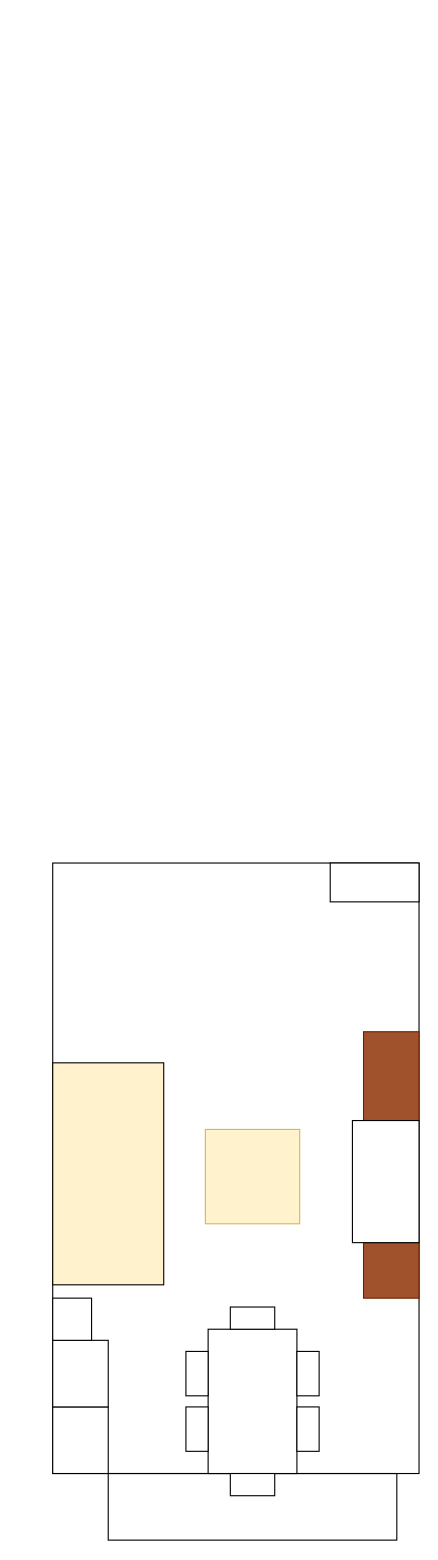
Earlier version of the draw.io diagram Diagrama sin título.drawio (rlop666/diagramas). Source tidied: cells renumbered, new cells numbered last; positions are measured from the earlier drawing's top-left corner, leaving out a move shared by most shapes. Both pictures are drawn from the tidied source at 111%, with x=0, y=0 at pixel (52, 862).
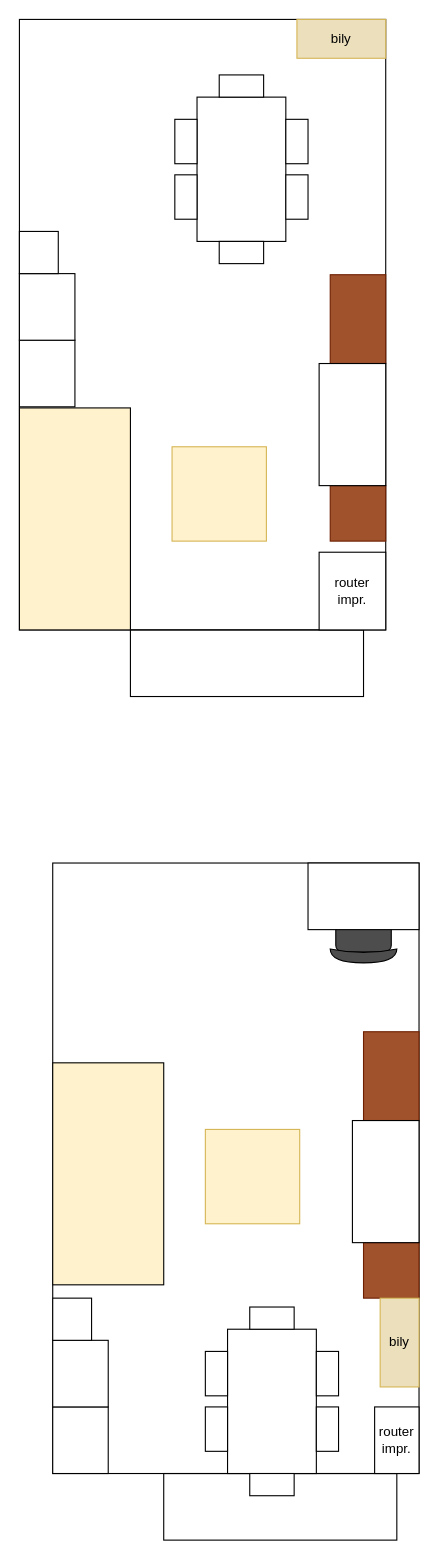
Above is the later version.

The change refers to these unchanged cells:
```xml
<mxCell id="2" style="group;" parent="1" vertex="1">
  <mxGeometry width="330" height="610" as="geometry" />
</mxCell>
```

Change to the diagram source:
```diff
@@
     <mxCell id="4" style="rounded=0;whiteSpace=wrap;html=1;fillColor=none;" parent="2" vertex="1">
-      <mxGeometry x="50" y="550" width="260" height="60" as="geometry" />
+      <mxGeometry x="100" y="550" width="210" height="60" as="geometry" />
     </mxCell>
@@
-    <mxCell id="8" style="rounded=0;whiteSpace=wrap;html=1;" parent="2" vertex="1">
-      <mxGeometry x="250" width="80" height="35" as="geometry" />
-    </mxCell>
     <mxCell id="9" style="group;" parent="2" vertex="1">
-      <mxGeometry x="120" y="400" width="120" height="170" as="geometry" />
+      <mxGeometry x="137.5" y="400" width="120" height="170" as="geometry" />
     </mxCell>
@@
+    <mxCell id="22" value="router impr." style="rounded=0;whiteSpace=wrap;html=1;" parent="2" vertex="1">
+      <mxGeometry x="290" y="490" width="40" height="60" as="geometry" />
+    </mxCell>
+    <mxCell id="8" value="bily" style="rounded=0;whiteSpace=wrap;html=1;direction=south;fillColor=#EBDFBC;strokeColor=#d6b656;" parent="2" vertex="1">
+      <mxGeometry x="295" y="392" width="35" height="80" as="geometry" />
+    </mxCell>
+    <mxCell id="23" style="group;" parent="2" vertex="1">
+      <mxGeometry x="250" y="40" width="60" height="50" as="geometry" />
+    </mxCell>
+    <mxCell id="24" style="rounded=1;whiteSpace=wrap;html=1;direction=south;fillColor=#4D4D4D;" parent="23" vertex="1">
+      <mxGeometry x="5" width="50" height="40" as="geometry" />
+    </mxCell>
+    <mxCell id="25" style="shape=xor;whiteSpace=wrap;html=1;direction=south;fillColor=#4D4D4D;" parent="23" vertex="1">
+      <mxGeometry y="37.5" width="60" height="12.5" as="geometry" />
+    </mxCell>
+    <mxCell id="26" style="rounded=0;whiteSpace=wrap;html=1;" parent="2" vertex="1">
+      <mxGeometry x="230" width="100" height="60" as="geometry" />
+    </mxCell>
+    <mxCell id="27" style="group;" parent="1" vertex="1">
+      <mxGeometry x="-30" y="-760" width="330" height="610" as="geometry" />
+    </mxCell>
+    <mxCell id="28" style="rounded=0;whiteSpace=wrap;html=1;fillColor=none;" parent="27" vertex="1">
+      <mxGeometry width="330" height="550" as="geometry" />
+    </mxCell>
+    <mxCell id="29" style="rounded=0;whiteSpace=wrap;html=1;fillColor=none;" parent="27" vertex="1">
+      <mxGeometry x="100" y="550" width="210" height="60" as="geometry" />
+    </mxCell>
+    <mxCell id="30" style="group;" parent="27" vertex="1">
+      <mxGeometry x="140" y="50" width="120" height="170" as="geometry" />
+    </mxCell>
+    <mxCell id="31" style="rounded=0;whiteSpace=wrap;html=1;direction=south;" parent="30" vertex="1">
+      <mxGeometry x="20" y="20" width="80" height="130" as="geometry" />
+    </mxCell>
+    <mxCell id="32" style="rounded=0;whiteSpace=wrap;html=1;" parent="30" vertex="1">
+      <mxGeometry x="40" width="40" height="20" as="geometry" />
+    </mxCell>
+    <mxCell id="33" style="rounded=0;whiteSpace=wrap;html=1;" parent="30" vertex="1">
+      <mxGeometry x="40" y="150" width="40" height="20" as="geometry" />
+    </mxCell>
+    <mxCell id="34" style="rounded=0;whiteSpace=wrap;html=1;direction=south;" parent="30" vertex="1">
+      <mxGeometry x="100" y="40" width="20" height="40" as="geometry" />
+    </mxCell>
+    <mxCell id="35" style="rounded=0;whiteSpace=wrap;html=1;direction=south;" parent="30" vertex="1">
+      <mxGeometry x="100" y="90" width="20" height="40" as="geometry" />
+    </mxCell>
+    <mxCell id="36" style="rounded=0;whiteSpace=wrap;html=1;direction=south;" parent="30" vertex="1">
+      <mxGeometry y="90" width="20" height="40" as="geometry" />
+    </mxCell>
+    <mxCell id="37" style="rounded=0;whiteSpace=wrap;html=1;direction=south;" parent="30" vertex="1">
+      <mxGeometry y="40" width="20" height="40" as="geometry" />
+    </mxCell>
+    <mxCell id="38" style="rounded=0;whiteSpace=wrap;html=1;fillColor=#FFF2CC;" parent="27" vertex="1">
+      <mxGeometry y="350" width="100" height="200" as="geometry" />
+    </mxCell>
+    <mxCell id="39" style="rounded=0;whiteSpace=wrap;html=1;fillColor=#fff2cc;strokeColor=#d6b656;" parent="27" vertex="1">
+      <mxGeometry x="137.5" y="385" width="85" height="85" as="geometry" />
+    </mxCell>
+    <mxCell id="40" style="rounded=0;whiteSpace=wrap;html=1;fillColor=#a0522d;fontColor=#ffffff;strokeColor=#6D1F00;" parent="27" vertex="1">
+      <mxGeometry x="280" y="420" width="50" height="50" as="geometry" />
+    </mxCell>
+    <mxCell id="41" style="rounded=0;whiteSpace=wrap;html=1;fillColor=#a0522d;fontColor=#ffffff;strokeColor=#6D1F00;" parent="27" vertex="1">
+      <mxGeometry x="280" y="230" width="50" height="80" as="geometry" />
+    </mxCell>
+    <mxCell id="42" style="rounded=0;whiteSpace=wrap;html=1;" parent="27" vertex="1">
+      <mxGeometry x="270" y="310" width="60" height="110" as="geometry" />
+    </mxCell>
+    <mxCell id="43" value="router impr." style="rounded=0;whiteSpace=wrap;html=1;" parent="27" vertex="1">
+      <mxGeometry x="270" y="480" width="60" height="70" as="geometry" />
+    </mxCell>
+    <mxCell id="44" value="bily" style="rounded=0;whiteSpace=wrap;html=1;direction=west;fillColor=#EBDFBC;strokeColor=#d6b656;" parent="27" vertex="1">
+      <mxGeometry x="250" width="80" height="35" as="geometry" />
+    </mxCell>
+    <mxCell id="45" style="rounded=0;whiteSpace=wrap;html=1;" parent="27" vertex="1">
+      <mxGeometry y="289" width="50" height="60" as="geometry" />
+    </mxCell>
+    <mxCell id="46" style="rounded=0;whiteSpace=wrap;html=1;" parent="27" vertex="1">
+      <mxGeometry y="229" width="50" height="60" as="geometry" />
+    </mxCell>
+    <mxCell id="47" style="rounded=0;whiteSpace=wrap;html=1;" parent="27" vertex="1">
+      <mxGeometry y="191" width="35" height="38" as="geometry" />
+    </mxCell>
```
